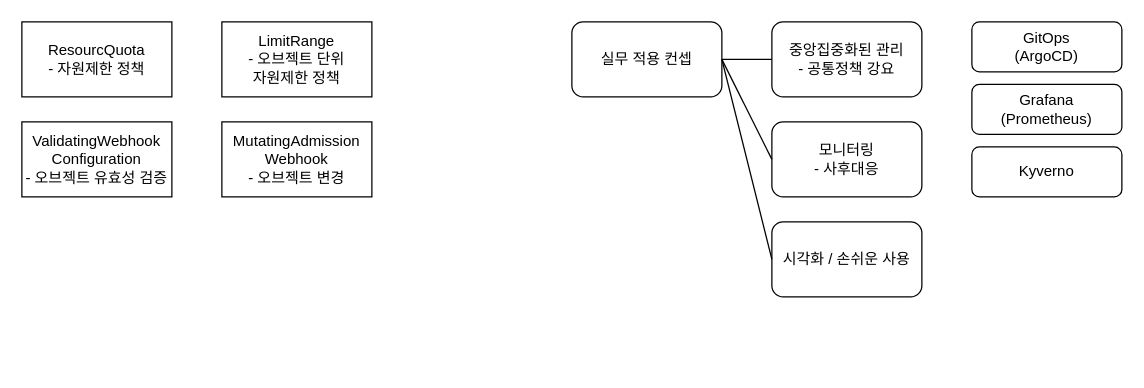
hakchangs/k8s-study keeps this draw.io diagram as page "policy" (1 of 3) of k8s.drawio. Above is the earlier version. Source tidied: cells renumbered, new cells numbered last; positions are measured from the earlier drawing's top-left corner, leaving out a move shared by most shapes. Both pictures are drawn from the tidied source at 125%, with x=0, y=0 at pixel (21, 21).
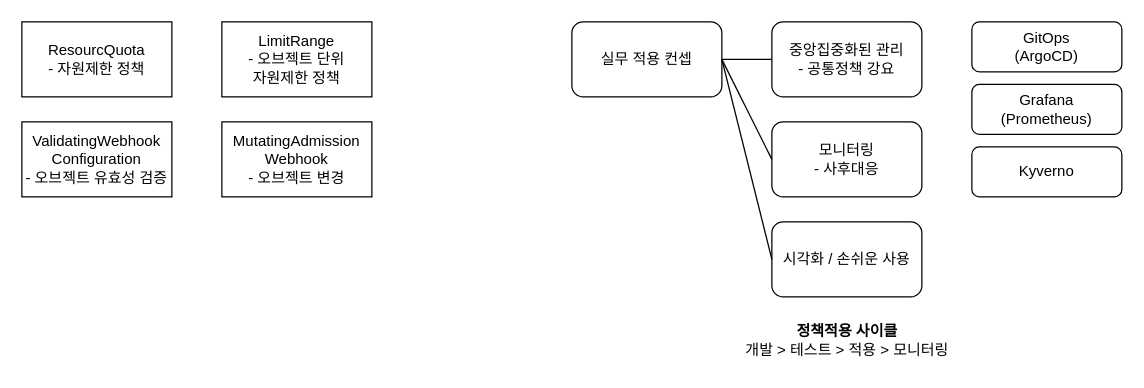
Above is the later version.

What changed in the source:
```diff
@@
 <mxGraphModel>
   <root>
     <mxCell id="0" />
     <mxCell id="1" parent="0" />
     <mxCell id="2" value="&lt;div&gt;ResourcQuota&lt;/div&gt;&lt;div&gt;- 자원제한 정책&lt;br&gt;&lt;/div&gt;" style="rounded=0;whiteSpace=wrap;html=1;" parent="1" vertex="1">
       <mxGeometry width="120" height="60" as="geometry" />
     </mxCell>
     <mxCell id="3" value="&lt;div&gt;LimitRange&lt;/div&gt;&lt;div&gt;- 오브젝트 단위&lt;br&gt;자원제한 정책&lt;br&gt;&lt;/div&gt;" style="rounded=0;whiteSpace=wrap;html=1;" parent="1" vertex="1">
       <mxGeometry x="160" width="120" height="60" as="geometry" />
     </mxCell>
     <mxCell id="4" value="&lt;div&gt;ValidatingWebhook&lt;/div&gt;&lt;div&gt;Configuration&lt;/div&gt;&lt;div&gt;- 오브젝트 유효성 검증&lt;br&gt;&lt;/div&gt;" style="rounded=0;whiteSpace=wrap;html=1;" parent="1" vertex="1">
       <mxGeometry y="80" width="120" height="60" as="geometry" />
     </mxCell>
     <mxCell id="5" value="&lt;div&gt;MutatingAdmission&lt;/div&gt;&lt;div&gt;Webhook&lt;br&gt;&lt;/div&gt;&lt;div&gt;- 오브젝트 변경&lt;br&gt;&lt;/div&gt;" style="rounded=0;whiteSpace=wrap;html=1;" parent="1" vertex="1">
       <mxGeometry x="160" y="80" width="120" height="60" as="geometry" />
     </mxCell>
     <mxCell id="6" value="실무 적용 컨셉" style="rounded=1;whiteSpace=wrap;html=1;" parent="1" vertex="1">
       <mxGeometry x="440" width="120" height="60" as="geometry" />
     </mxCell>
     <mxCell id="7" value="&lt;div&gt;중앙집중화된 관리&lt;/div&gt;&lt;div&gt;- 공통정책 강요&lt;br&gt;&lt;/div&gt;" style="rounded=1;whiteSpace=wrap;html=1;" parent="1" vertex="1">
       <mxGeometry x="600" width="120" height="60" as="geometry" />
     </mxCell>
     <mxCell id="8" value="&lt;div&gt;GitOps&lt;/div&gt;&lt;div&gt;(ArgoCD)&lt;/div&gt;" style="rounded=1;whiteSpace=wrap;html=1;" parent="1" vertex="1">
       <mxGeometry x="760" width="120" height="40" as="geometry" />
     </mxCell>
     <mxCell id="9" value="&lt;div&gt;모니터링&lt;/div&gt;&lt;div&gt;- 사후대응&lt;br&gt;&lt;/div&gt;" style="rounded=1;whiteSpace=wrap;html=1;" parent="1" vertex="1">
       <mxGeometry x="600" y="80" width="120" height="60" as="geometry" />
     </mxCell>
     <mxCell id="10" value="&lt;div&gt;Grafana&lt;/div&gt;&lt;div&gt;(Prometheus)&lt;/div&gt;" style="rounded=1;whiteSpace=wrap;html=1;" parent="1" vertex="1">
       <mxGeometry x="760" y="50" width="120" height="40" as="geometry" />
     </mxCell>
     <mxCell id="11" value="시각화 / 손쉬운 사용" style="rounded=1;whiteSpace=wrap;html=1;" parent="1" vertex="1">
       <mxGeometry x="600" y="160" width="120" height="60" as="geometry" />
     </mxCell>
     <mxCell id="12" style="endArrow=none;html=1;rounded=0;exitX=1;exitY=0.5;exitDx=0;exitDy=0;entryX=0;entryY=0.5;entryDx=0;entryDy=0;" parent="1" edge="1" source="6" target="7">
       <mxGeometry relative="1" as="geometry" />
     </mxCell>
     <mxCell id="13" style="endArrow=none;html=1;rounded=0;exitX=1;exitY=0.5;exitDx=0;exitDy=0;entryX=0;entryY=0.5;entryDx=0;entryDy=0;" parent="1" edge="1" source="6" target="9">
       <mxGeometry relative="1" as="geometry" />
     </mxCell>
     <mxCell id="14" style="endArrow=none;html=1;rounded=0;exitX=1;exitY=0.5;exitDx=0;exitDy=0;entryX=0;entryY=0.5;entryDx=0;entryDy=0;" parent="1" edge="1" source="6" target="11">
       <mxGeometry relative="1" as="geometry" />
     </mxCell>
     <mxCell id="15" value="Kyverno" style="rounded=1;whiteSpace=wrap;html=1;" parent="1" vertex="1">
       <mxGeometry x="760" y="100" width="120" height="40" as="geometry" />
     </mxCell>
+    <mxCell id="16" value="&lt;div&gt;&lt;b&gt;정책적용 사이클&lt;/b&gt;&lt;br&gt;&lt;/div&gt;&lt;div&gt;개발 &amp;gt; 테스트 &amp;gt; 적용 &amp;gt; 모니터링&lt;br&gt;&lt;/div&gt;" style="text;html=1;align=center;verticalAlign=middle;strokeColor=none;fillColor=none;" parent="1" vertex="1">
+      <mxGeometry x="565" y="235" width="190" height="40" as="geometry" />
+    </mxCell>
   </root>
 </mxGraphModel>
```
